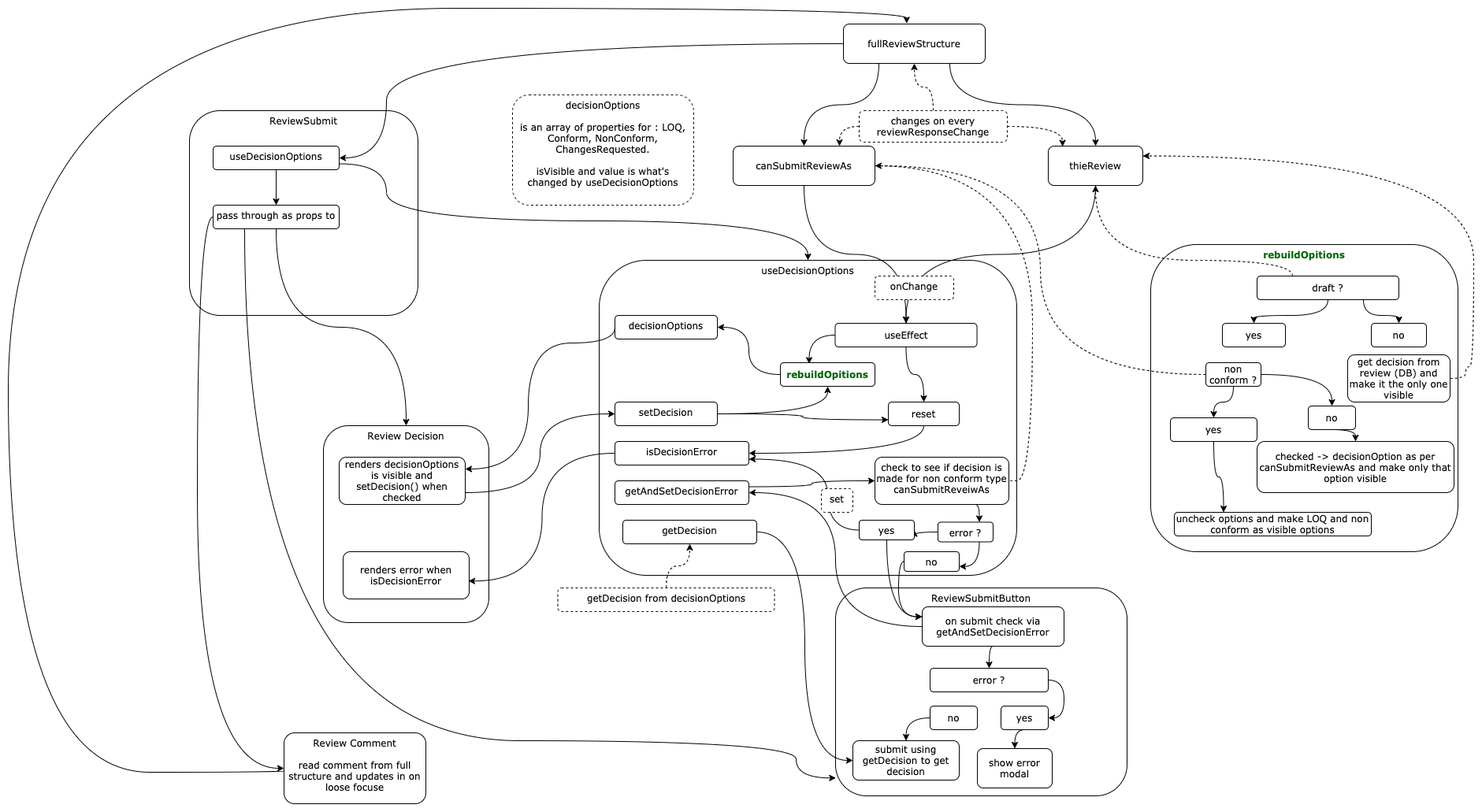
This is documentation/internal/images/Review-Decision-Workflow.png from msupply-foundation/conforma-web-app, a draw.io export, as it was before one commit. Source tidied: cells renumbered, new cells last; positions are measured from the earlier drawing's top-left corner, leaving out a move shared by most shapes.
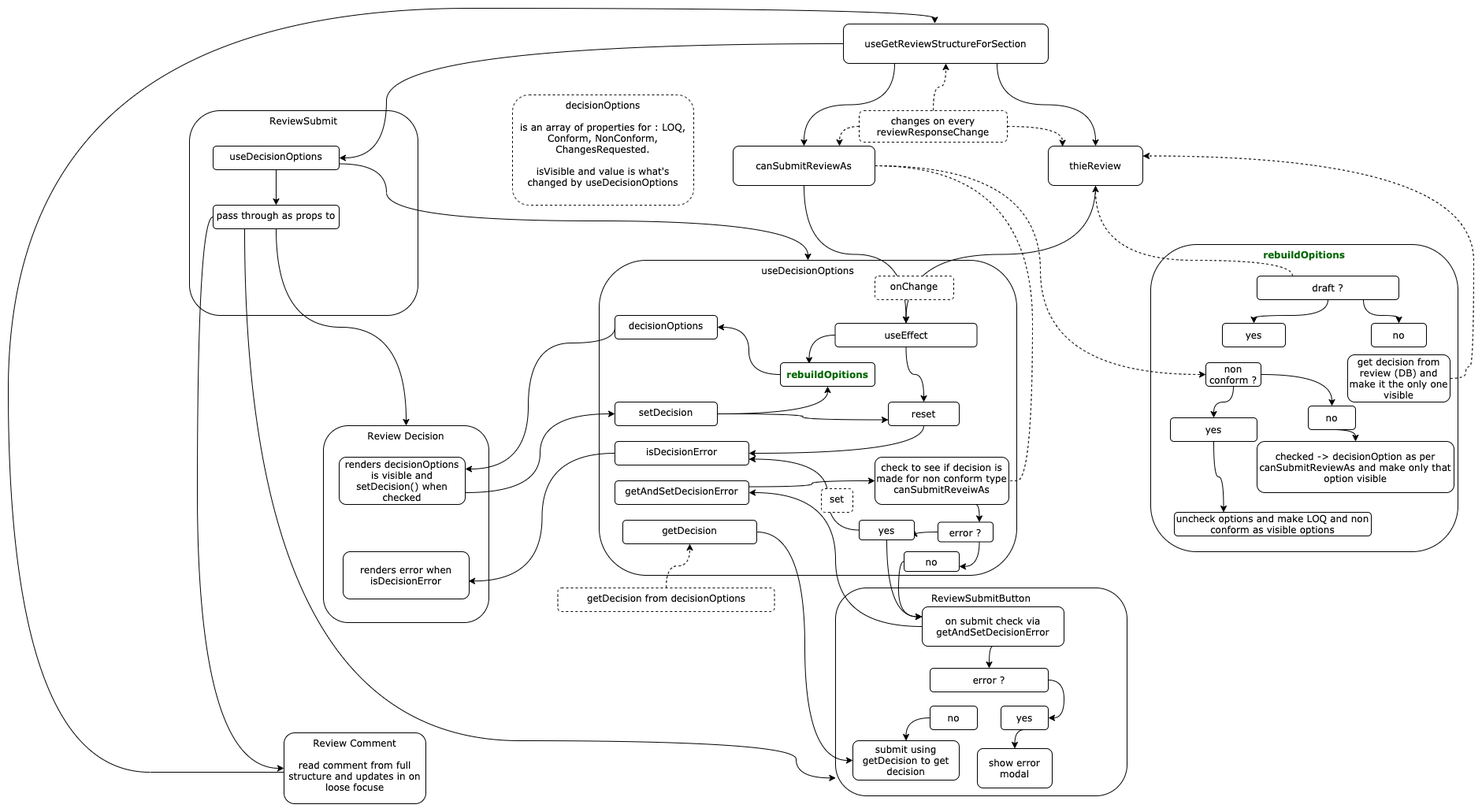
The same file after the commit.

Commit message:
update application and review workflow and review decision workflow

Diff of the diagram source:
```diff
@@ -2,6 +2,9 @@
   <root>
     <mxCell id="0" />
     <mxCell id="1" parent="0" />
+    <mxCell id="69" value="&lt;font color=&quot;#006600&quot;&gt;&lt;b&gt;rebuildOpitions&lt;/b&gt;&lt;/font&gt;" style="rounded=1;whiteSpace=wrap;html=1;verticalAlign=top;fontFamily=Verdana;" parent="1" vertex="1">
+      <mxGeometry x="1450" y="300" width="390" height="390" as="geometry" />
+    </mxCell>
     <mxCell id="2" value="useDecisionOptions" style="rounded=1;whiteSpace=wrap;html=1;verticalAlign=top;fontFamily=Verdana;" parent="1" vertex="1">
       <mxGeometry x="750" y="320" width="530" height="400" as="geometry" />
     </mxCell>
@@ -138,8 +141,8 @@
         </Array>
       </mxGeometry>
     </mxCell>
-    <mxCell id="40" value="fullReviewStructure" style="rounded=1;whiteSpace=wrap;html=1;fontFamily=Verdana;" parent="1" vertex="1">
-      <mxGeometry x="1060" y="20" width="180" height="50" as="geometry" />
+    <mxCell id="40" value="useGetReviewStructureForSection" style="rounded=1;whiteSpace=wrap;html=1;fontFamily=Verdana;" parent="1" vertex="1">
+      <mxGeometry x="1060" y="20" width="260" height="50" as="geometry" />
     </mxCell>
     <mxCell id="41" style="edgeStyle=orthogonalEdgeStyle;curved=1;rounded=0;jettySize=auto;html=1;exitX=0.5;exitY=1;exitDx=0;exitDy=0;fontFamily=Verdana;" parent="1" edge="1" source="43" target="36">
       <mxGeometry relative="1" as="geometry" />
@@ -153,6 +156,9 @@
         </Array>
       </mxGeometry>
     </mxCell>
+    <mxCell id="95" style="edgeStyle=orthogonalEdgeStyle;rounded=0;jettySize=auto;html=1;exitX=1;exitY=0.5;exitDx=0;exitDy=0;entryX=0;entryY=0.5;entryDx=0;entryDy=0;endArrow=classic;endFill=1;curved=1;dashed=1;" parent="1" edge="1" source="43" target="81">
+      <mxGeometry relative="1" as="geometry" />
+    </mxCell>
     <mxCell id="43" value="canSubmitReviewAs" style="rounded=1;whiteSpace=wrap;html=1;fontFamily=Verdana;" parent="1" vertex="1">
       <mxGeometry x="920" y="175" width="180" height="50" as="geometry" />
     </mxCell>
@@ -241,9 +247,6 @@
     <mxCell id="68" value="set" style="rounded=1;whiteSpace=wrap;html=1;verticalAlign=top;fontFamily=Verdana;dashed=1;" parent="1" vertex="1">
       <mxGeometry x="1032" y="610" width="40" height="30" as="geometry" />
     </mxCell>
-    <mxCell id="69" value="&lt;font color=&quot;#006600&quot;&gt;&lt;b&gt;rebuildOpitions&lt;/b&gt;&lt;/font&gt;" style="rounded=1;whiteSpace=wrap;html=1;verticalAlign=top;fontFamily=Verdana;" parent="1" vertex="1">
-      <mxGeometry x="1450" y="300" width="390" height="390" as="geometry" />
-    </mxCell>
     <mxCell id="70" style="edgeStyle=orthogonalEdgeStyle;curved=1;rounded=0;jettySize=auto;html=1;exitX=0.5;exitY=1;exitDx=0;exitDy=0;entryX=0.5;entryY=0;entryDx=0;entryDy=0;fontFamily=Verdana;" parent="1" edge="1" source="73" target="74">
       <mxGeometry relative="1" as="geometry" />
     </mxCell>
@@ -280,9 +283,6 @@
     <mxCell id="77" value="get decision from review (DB) and make it the only one visible" style="rounded=1;whiteSpace=wrap;html=1;fontFamily=Verdana;" parent="1" vertex="1">
       <mxGeometry x="1700" y="440" width="130" height="60" as="geometry" />
     </mxCell>
-    <mxCell id="78" style="edgeStyle=orthogonalEdgeStyle;curved=1;rounded=0;jettySize=auto;html=1;exitX=0;exitY=0.5;exitDx=0;exitDy=0;entryX=1;entryY=0.5;entryDx=0;entryDy=0;dashed=1;fontFamily=Verdana;" parent="1" edge="1" source="81" target="43">
-      <mxGeometry relative="1" as="geometry" />
-    </mxCell>
     <mxCell id="79" style="edgeStyle=orthogonalEdgeStyle;curved=1;rounded=0;jettySize=auto;html=1;exitX=0.5;exitY=1;exitDx=0;exitDy=0;fontFamily=Verdana;" parent="1" edge="1" source="81" target="83">
       <mxGeometry relative="1" as="geometry" />
     </mxCell>
```
